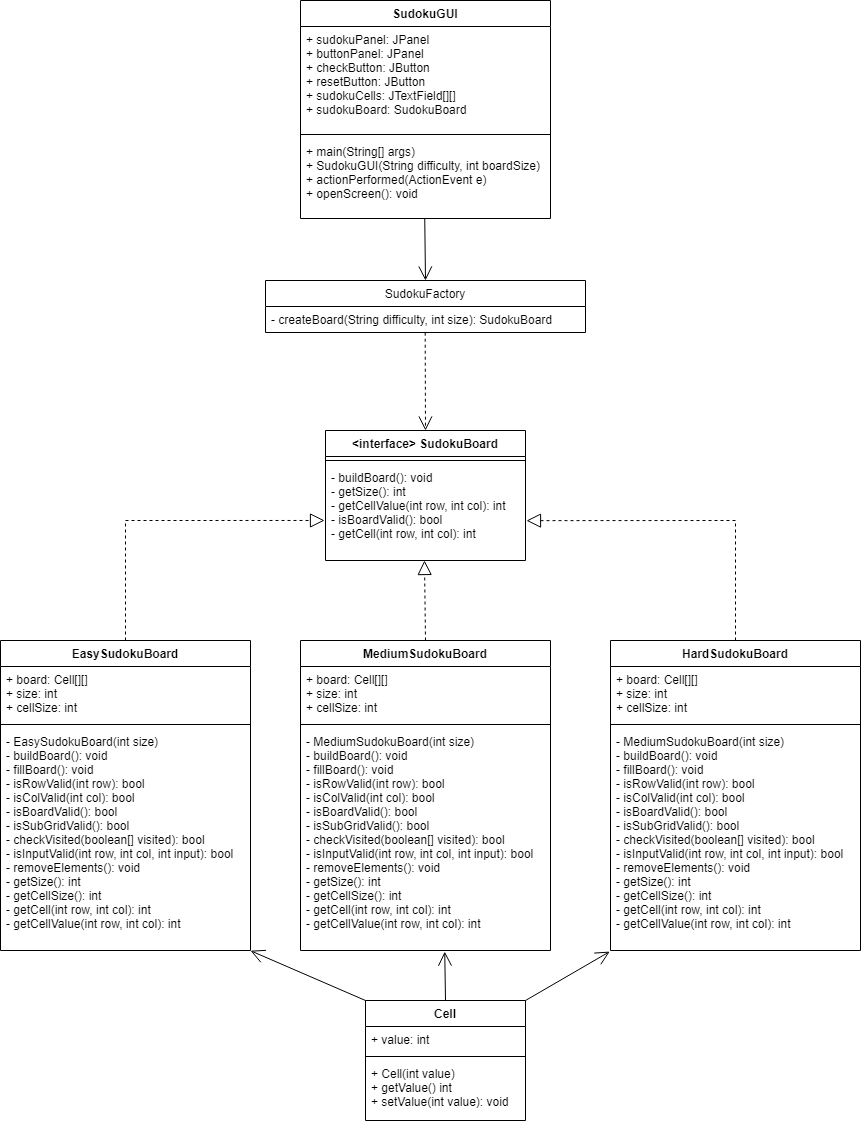
BrendanD7/Sudoku-DesignPatterns keeps this draw.io diagram as data/Factory-UML.png. Above is the earlier version. Source tidied: cells renumbered, new cells last; positions are measured from the earlier drawing's top-left corner, leaving out a move shared by most shapes.
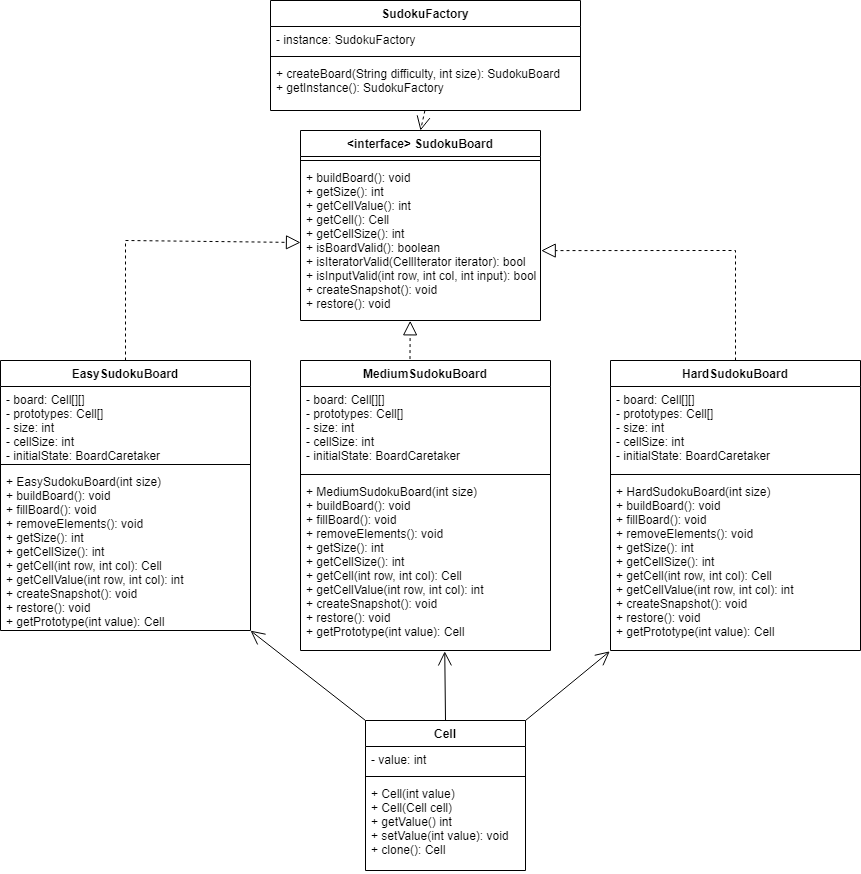
The same file after the commit.

What changed in the source:
```diff
@@ -3,111 +3,102 @@
     <mxCell id="0" />
     <mxCell id="1" parent="0" />
     <mxCell id="2" value="EasySudokuBoard" style="swimlane;fontStyle=1;align=center;verticalAlign=top;horizontal=1;startSize=26;" parent="1" vertex="1">
-      <mxGeometry y="640" width="250" height="310" as="geometry" />
+      <mxGeometry y="640" width="250" height="270" as="geometry" />
     </mxCell>
-    <mxCell id="3" value="+ board: Cell[][]&#10;+ size: int&#10;+ cellSize: int" style="text;strokeColor=none;fillColor=none;align=left;verticalAlign=top;spacingLeft=4;spacingRight=4;overflow=hidden;" parent="2" vertex="1">
-      <mxGeometry y="26" width="250" height="54" as="geometry" />
-    </mxCell>
-    <mxCell id="4" style="line;strokeWidth=1;fillColor=none;align=left;verticalAlign=middle;spacingTop=-1;spacingLeft=3;spacingRight=3;labelPosition=right;strokeColor=inherit;" parent="2" vertex="1">
-      <mxGeometry y="80" width="250" height="8" as="geometry" />
-    </mxCell>
-    <mxCell id="5" value="- EasySudokuBoard(int size)&#10;- buildBoard(): void&#10;- fillBoard(): void&#10;- isRowValid(int row): bool&#10;- isColValid(int col): bool&#10;- isBoardValid(): bool&#10;- isSubGridValid(): bool&#10;- checkVisited(boolean[] visited): bool&#10;- isInputValid(int row, int col, int input): bool&#10;- removeElements(): void&#10;- getSize(): int&#10;- getCellSize(): int&#10;- getCell(int row, int col): int&#10;- getCellValue(int row, int col): int&#10;" style="text;strokeColor=none;fillColor=none;align=left;verticalAlign=top;spacingLeft=4;spacingRight=4;overflow=hidden;points=[[0,0.5],[1,0.5]];portConstraint=eastwest;" parent="2" vertex="1">
-      <mxGeometry y="88" width="250" height="222" as="geometry" />
-    </mxCell>
+    <mxCell id="35" value="- board: Cell[][]&#10;- prototypes: Cell[]&#10;- size: int&#10;- cellSize: int&#10;- initialState: BoardCaretaker" style="text;strokeColor=none;fillColor=none;align=left;verticalAlign=top;spacingLeft=4;spacingRight=4;overflow=hidden;" parent="2" vertex="1">
+      <mxGeometry y="26" width="250" height="74" as="geometry" />
+    </mxCell>
+    <mxCell id="36" style="line;strokeWidth=1;fillColor=none;align=left;verticalAlign=middle;spacingTop=-1;spacingLeft=3;spacingRight=3;labelPosition=right;strokeColor=inherit;" parent="2" vertex="1">
+      <mxGeometry y="100" width="250" height="8" as="geometry" />
+    </mxCell>
+    <mxCell id="37" value="+ EasySudokuBoard(int size)&#10;+ buildBoard(): void&#10;+ fillBoard(): void&#10;+ removeElements(): void&#10;+ getSize(): int&#10;+ getCellSize(): int&#10;+ getCell(int row, int col): Cell&#10;+ getCellValue(int row, int col): int&#10;+ createSnapshot(): void&#10;+ restore(): void&#10;+ getPrototype(int value): Cell&#10;" style="text;strokeColor=none;fillColor=none;align=left;verticalAlign=top;spacingLeft=4;spacingRight=4;overflow=hidden;points=[[0,0.5],[1,0.5]];portConstraint=eastwest;" parent="2" vertex="1">
+      <mxGeometry y="108" width="250" height="162" as="geometry" />
+    </mxCell>
     <mxCell id="6" value="MediumSudokuBoard" style="swimlane;fontStyle=1;align=center;verticalAlign=top;horizontal=1;startSize=26;" parent="1" vertex="1">
-      <mxGeometry x="300" y="640" width="250" height="310" as="geometry" />
+      <mxGeometry x="300" y="640" width="250" height="290" as="geometry" />
     </mxCell>
-    <mxCell id="7" value="+ board: Cell[][]&#10;+ size: int&#10;+ cellSize: int" style="text;strokeColor=none;fillColor=none;align=left;verticalAlign=top;spacingLeft=4;spacingRight=4;overflow=hidden;" parent="6" vertex="1">
-      <mxGeometry y="26" width="250" height="54" as="geometry" />
-    </mxCell>
-    <mxCell id="8" style="line;strokeWidth=1;fillColor=none;align=left;verticalAlign=middle;spacingTop=-1;spacingLeft=3;spacingRight=3;labelPosition=right;strokeColor=inherit;" parent="6" vertex="1">
-      <mxGeometry y="80" width="250" height="8" as="geometry" />
-    </mxCell>
-    <mxCell id="9" value="- MediumSudokuBoard(int size)&#10;- buildBoard(): void&#10;- fillBoard(): void&#10;- isRowValid(int row): bool&#10;- isColValid(int col): bool&#10;- isBoardValid(): bool&#10;- isSubGridValid(): bool&#10;- checkVisited(boolean[] visited): bool&#10;- isInputValid(int row, int col, int input): bool&#10;- removeElements(): void&#10;- getSize(): int&#10;- getCellSize(): int&#10;- getCell(int row, int col): int&#10;- getCellValue(int row, int col): int&#10;" style="text;strokeColor=none;fillColor=none;align=left;verticalAlign=top;spacingLeft=4;spacingRight=4;overflow=hidden;points=[[0,0.5],[1,0.5]];portConstraint=eastwest;" parent="6" vertex="1">
-      <mxGeometry y="88" width="250" height="222" as="geometry" />
-    </mxCell>
+    <mxCell id="38" value="- board: Cell[][]&#10;- prototypes: Cell[]&#10;- size: int&#10;- cellSize: int&#10;- initialState: BoardCaretaker" style="text;strokeColor=none;fillColor=none;align=left;verticalAlign=top;spacingLeft=4;spacingRight=4;overflow=hidden;" parent="6" vertex="1">
+      <mxGeometry y="26" width="250" height="84" as="geometry" />
+    </mxCell>
+    <mxCell id="39" style="line;strokeWidth=1;fillColor=none;align=left;verticalAlign=middle;spacingTop=-1;spacingLeft=3;spacingRight=3;labelPosition=right;strokeColor=inherit;" parent="6" vertex="1">
+      <mxGeometry y="110" width="250" height="8" as="geometry" />
+    </mxCell>
+    <mxCell id="40" value="+ MediumSudokuBoard(int size)&#10;+ buildBoard(): void&#10;+ fillBoard(): void&#10;+ removeElements(): void&#10;+ getSize(): int&#10;+ getCellSize(): int&#10;+ getCell(int row, int col): Cell&#10;+ getCellValue(int row, int col): int&#10;+ createSnapshot(): void&#10;+ restore(): void&#10;+ getPrototype(int value): Cell&#10;" style="text;strokeColor=none;fillColor=none;align=left;verticalAlign=top;spacingLeft=4;spacingRight=4;overflow=hidden;points=[[0,0.5],[1,0.5]];portConstraint=eastwest;" parent="6" vertex="1">
+      <mxGeometry y="118" width="250" height="172" as="geometry" />
+    </mxCell>
     <mxCell id="10" value="HardSudokuBoard" style="swimlane;fontStyle=1;align=center;verticalAlign=top;horizontal=1;startSize=26;" parent="1" vertex="1">
-      <mxGeometry x="610" y="640" width="250" height="310" as="geometry" />
+      <mxGeometry x="610" y="640" width="250" height="290" as="geometry" />
     </mxCell>
-    <mxCell id="11" value="+ board: Cell[][]&#10;+ size: int&#10;+ cellSize: int" style="text;strokeColor=none;fillColor=none;align=left;verticalAlign=top;spacingLeft=4;spacingRight=4;overflow=hidden;" parent="10" vertex="1">
-      <mxGeometry y="26" width="250" height="54" as="geometry" />
-    </mxCell>
-    <mxCell id="12" style="line;strokeWidth=1;fillColor=none;align=left;verticalAlign=middle;spacingTop=-1;spacingLeft=3;spacingRight=3;labelPosition=right;strokeColor=inherit;" parent="10" vertex="1">
-      <mxGeometry y="80" width="250" height="8" as="geometry" />
-    </mxCell>
-    <mxCell id="13" value="- MediumSudokuBoard(int size)&#10;- buildBoard(): void&#10;- fillBoard(): void&#10;- isRowValid(int row): bool&#10;- isColValid(int col): bool&#10;- isBoardValid(): bool&#10;- isSubGridValid(): bool&#10;- checkVisited(boolean[] visited): bool&#10;- isInputValid(int row, int col, int input): bool&#10;- removeElements(): void&#10;- getSize(): int&#10;- getCellSize(): int&#10;- getCell(int row, int col): int&#10;- getCellValue(int row, int col): int&#10;" style="text;strokeColor=none;fillColor=none;align=left;verticalAlign=top;spacingLeft=4;spacingRight=4;overflow=hidden;points=[[0,0.5],[1,0.5]];portConstraint=eastwest;" parent="10" vertex="1">
-      <mxGeometry y="88" width="250" height="222" as="geometry" />
-    </mxCell>
+    <mxCell id="41" value="- board: Cell[][]&#10;- prototypes: Cell[]&#10;- size: int&#10;- cellSize: int&#10;- initialState: BoardCaretaker" style="text;strokeColor=none;fillColor=none;align=left;verticalAlign=top;spacingLeft=4;spacingRight=4;overflow=hidden;" parent="10" vertex="1">
+      <mxGeometry y="26" width="250" height="84" as="geometry" />
+    </mxCell>
+    <mxCell id="42" style="line;strokeWidth=1;fillColor=none;align=left;verticalAlign=middle;spacingTop=-1;spacingLeft=3;spacingRight=3;labelPosition=right;strokeColor=inherit;" parent="10" vertex="1">
+      <mxGeometry y="110" width="250" height="8" as="geometry" />
+    </mxCell>
+    <mxCell id="43" value="+ HardSudokuBoard(int size)&#10;+ buildBoard(): void&#10;+ fillBoard(): void&#10;+ removeElements(): void&#10;+ getSize(): int&#10;+ getCellSize(): int&#10;+ getCell(int row, int col): Cell&#10;+ getCellValue(int row, int col): int&#10;+ createSnapshot(): void&#10;+ restore(): void&#10;+ getPrototype(int value): Cell&#10;" style="text;strokeColor=none;fillColor=none;align=left;verticalAlign=top;spacingLeft=4;spacingRight=4;overflow=hidden;points=[[0,0.5],[1,0.5]];portConstraint=eastwest;" parent="10" vertex="1">
+      <mxGeometry y="118" width="250" height="172" as="geometry" />
+    </mxCell>
     <mxCell id="14" value="&lt;interface&gt; SudokuBoard" style="swimlane;fontStyle=1;align=center;verticalAlign=top;horizontal=1;startSize=26;" parent="1" vertex="1">
-      <mxGeometry x="325" y="430" width="200" height="130" as="geometry" />
+      <mxGeometry x="300" y="410" width="240" height="190" as="geometry" />
     </mxCell>
-    <mxCell id="15" style="line;strokeWidth=1;fillColor=none;align=left;verticalAlign=middle;spacingTop=-1;spacingLeft=3;spacingRight=3;labelPosition=right;strokeColor=inherit;" parent="14" vertex="1">
-      <mxGeometry y="26" width="200" height="8" as="geometry" />
-    </mxCell>
-    <mxCell id="16" value="- buildBoard(): void&#10;- getSize(): int&#10;- getCellValue(int row, int col): int&#10;- isBoardValid(): bool&#10;- getCell(int row, int col): int" style="text;strokeColor=none;fillColor=none;align=left;verticalAlign=top;spacingLeft=4;spacingRight=4;overflow=hidden;points=[[0,0.5],[1,0.5]];portConstraint=eastwest;" parent="14" vertex="1">
-      <mxGeometry y="34" width="200" height="96" as="geometry" />
-    </mxCell>
+    <mxCell id="44" style="line;strokeWidth=1;fillColor=none;align=left;verticalAlign=middle;spacingTop=-1;spacingLeft=3;spacingRight=3;labelPosition=right;strokeColor=inherit;" parent="14" vertex="1">
+      <mxGeometry y="26" width="240" height="8" as="geometry" />
+    </mxCell>
+    <mxCell id="45" value="+ buildBoard(): void&#10;+ getSize(): int&#10;+ getCellValue(): int&#10;+ getCell(): Cell&#10;+ getCellSize(): int&#10;+ isBoardValid(): boolean&#10;+ isIteratorValid(CellIterator iterator): bool&#10;+ isInputValid(int row, int col, int input): bool&#10;+ createSnapshot(): void&#10;+ restore(): void " style="text;strokeColor=none;fillColor=none;align=left;verticalAlign=top;spacingLeft=4;spacingRight=4;overflow=hidden;points=[[0,0.5],[1,0.5]];portConstraint=eastwest;" parent="14" vertex="1">
+      <mxGeometry y="34" width="240" height="156" as="geometry" />
+    </mxCell>
+    <mxCell id="18" value="Cell" style="swimlane;fontStyle=1;align=center;verticalAlign=top;horizontal=1;startSize=26;" parent="1" vertex="1">
+      <mxGeometry x="365" y="1000" width="160" height="150" as="geometry" />
+    </mxCell>
+    <mxCell id="46" value="- value: int" style="text;strokeColor=none;fillColor=none;align=left;verticalAlign=top;spacingLeft=4;spacingRight=4;overflow=hidden;" parent="18" vertex="1">
+      <mxGeometry y="26" width="160" height="26" as="geometry" />
+    </mxCell>
+    <mxCell id="20" style="line;strokeWidth=1;fillColor=none;align=left;verticalAlign=middle;spacingTop=-1;spacingLeft=3;spacingRight=3;labelPosition=right;strokeColor=inherit;" parent="18" vertex="1">
+      <mxGeometry y="52" width="160" height="8" as="geometry" />
+    </mxCell>
+    <mxCell id="47" value="+ Cell(int value)&#10;+ Cell(Cell cell)&#10;+ getValue() int&#10;+ setValue(int value): void&#10;+ clone(): Cell" style="text;strokeColor=none;fillColor=none;align=left;verticalAlign=top;spacingLeft=4;spacingRight=4;overflow=hidden;" parent="18" vertex="1">
+      <mxGeometry y="60" width="160" height="90" as="geometry" />
+    </mxCell>
+    <mxCell id="48" style="endArrow=block;dashed=1;endFill=0;endSize=12;html=1;rounded=0;exitX=0.438;exitY=-0.005;exitDx=0;exitDy=0;exitPerimeter=0;entryX=0.457;entryY=1.002;entryDx=0;entryDy=0;entryPerimeter=0;" parent="1" edge="1" source="6" target="45">
+      <mxGeometry relative="1" as="geometry" />
+    </mxCell>
+    <mxCell id="49" style="endArrow=block;dashed=1;endFill=0;endSize=12;html=1;rounded=0;exitX=0.5;exitY=0;exitDx=0;exitDy=0;entryX=1.003;entryY=0.552;entryDx=0;entryDy=0;entryPerimeter=0;" parent="1" edge="1" source="10" target="45">
+      <mxGeometry relative="1" as="geometry">
+        <Array as="points">
+          <mxPoint x="735" y="530" />
+        </Array>
+      </mxGeometry>
+    </mxCell>
+    <mxCell id="50" style="endArrow=block;dashed=1;endFill=0;endSize=12;html=1;rounded=0;entryX=0;entryY=0.5;entryDx=0;entryDy=0;exitX=0.5;exitY=0;exitDx=0;exitDy=0;" parent="1" edge="1" source="2" target="45">
+      <mxGeometry relative="1" as="geometry">
+        <Array as="points">
+          <mxPoint x="125" y="520" />
+        </Array>
+      </mxGeometry>
+    </mxCell>
+    <mxCell id="51" style="endArrow=open;endSize=12;dashed=1;html=1;rounded=0;exitX=0.498;exitY=1.003;exitDx=0;exitDy=0;exitPerimeter=0;entryX=0.5;entryY=0;entryDx=0;entryDy=0;" parent="1" edge="1" source="57" target="14">
+      <mxGeometry relative="1" as="geometry" />
+    </mxCell>
+    <mxCell id="52" style="endArrow=open;endFill=1;endSize=12;html=1;rounded=0;exitX=0;exitY=0;exitDx=0;exitDy=0;entryX=1;entryY=1.001;entryDx=0;entryDy=0;entryPerimeter=0;" parent="1" edge="1" source="18" target="37">
+      <mxGeometry relative="1" as="geometry" />
+    </mxCell>
+    <mxCell id="53" style="endArrow=open;endFill=1;endSize=12;html=1;rounded=0;exitX=0.5;exitY=0;exitDx=0;exitDy=0;entryX=0.577;entryY=1.005;entryDx=0;entryDy=0;entryPerimeter=0;" parent="1" edge="1" source="18" target="40">
+      <mxGeometry relative="1" as="geometry" />
+    </mxCell>
+    <mxCell id="54" style="endArrow=open;endFill=1;endSize=12;html=1;rounded=0;exitX=1;exitY=0;exitDx=0;exitDy=0;entryX=-0.003;entryY=1.005;entryDx=0;entryDy=0;entryPerimeter=0;" parent="1" edge="1" source="18" target="43">
+      <mxGeometry relative="1" as="geometry" />
+    </mxCell>
-    <mxCell id="17" value="SudokuFactory" style="swimlane;fontStyle=0;horizontal=1;startSize=26;fillColor=none;" parent="1" vertex="1">
-      <mxGeometry x="265" y="280" width="320" height="52" as="geometry" />
+    <mxCell id="17" value="SudokuFactory" style="swimlane;fontStyle=1;align=center;verticalAlign=top;horizontal=1;startSize=26;" parent="1" vertex="1">
+      <mxGeometry x="270" y="280" width="310" height="110" as="geometry" />
     </mxCell>
-    <mxCell id="18" value="Cell" style="swimlane;fontStyle=1;align=center;verticalAlign=top;horizontal=1;startSize=26;" parent="1" vertex="1">
-      <mxGeometry x="365" y="1000" width="160" height="120" as="geometry" />
-    </mxCell>
-    <mxCell id="19" value="+ value: int" style="text;strokeColor=none;fillColor=none;align=left;verticalAlign=top;spacingLeft=4;spacingRight=4;overflow=hidden;" parent="18" vertex="1">
-      <mxGeometry y="26" width="160" height="26" as="geometry" />
-    </mxCell>
-    <mxCell id="20" style="line;strokeWidth=1;fillColor=none;align=left;verticalAlign=middle;spacingTop=-1;spacingLeft=3;spacingRight=3;labelPosition=right;strokeColor=inherit;" parent="18" vertex="1">
-      <mxGeometry y="52" width="160" height="8" as="geometry" />
-    </mxCell>
-    <mxCell id="21" value="+ Cell(int value)&#10;+ getValue() int&#10;+ setValue(int value): void" style="text;strokeColor=none;fillColor=none;align=left;verticalAlign=top;spacingLeft=4;spacingRight=4;overflow=hidden;" parent="18" vertex="1">
-      <mxGeometry y="60" width="160" height="60" as="geometry" />
-    </mxCell>
-    <mxCell id="22" value="SudokuGUI" style="swimlane;fontStyle=1;align=center;verticalAlign=top;horizontal=1;startSize=26;" parent="1" vertex="1">
-      <mxGeometry x="300" width="250" height="218" as="geometry" />
-    </mxCell>
-    <mxCell id="23" value="+ sudokuPanel: JPanel&#10;+ buttonPanel: JPanel&#10;+ checkButton: JButton&#10;+ resetButton: JButton&#10;+ sudokuCells: JTextField[][]&#10;+ sudokuBoard: SudokuBoard" style="text;strokeColor=none;fillColor=none;align=left;verticalAlign=top;spacingLeft=4;spacingRight=4;overflow=hidden;" parent="22" vertex="1">
-      <mxGeometry y="26" width="250" height="104" as="geometry" />
-    </mxCell>
-    <mxCell id="24" style="line;strokeWidth=1;fillColor=none;align=left;verticalAlign=middle;spacingTop=-1;spacingLeft=3;spacingRight=3;labelPosition=right;strokeColor=inherit;" parent="22" vertex="1">
-      <mxGeometry y="130" width="250" height="8" as="geometry" />
-    </mxCell>
-    <mxCell id="25" value="+ main(String[] args)&#10;+ SudokuGUI(String difficulty, int boardSize)&#10;+ actionPerformed(ActionEvent e)&#10;+ openScreen(): void" style="text;strokeColor=none;fillColor=none;align=left;verticalAlign=top;spacingLeft=4;spacingRight=4;overflow=hidden;points=[[0,0.5],[1,0.5]];portConstraint=eastwest;" parent="22" vertex="1">
-      <mxGeometry y="138" width="250" height="80" as="geometry" />
-    </mxCell>
-    <mxCell id="26" style="endArrow=block;dashed=1;endFill=0;endSize=12;html=1;rounded=0;entryX=0.495;entryY=1;entryDx=0;entryDy=0;entryPerimeter=0;exitX=0.5;exitY=0;exitDx=0;exitDy=0;" parent="1" edge="1" source="6" target="16">
-      <mxGeometry relative="1" as="geometry" />
-    </mxCell>
-    <mxCell id="27" style="endArrow=block;dashed=1;endFill=0;endSize=12;html=1;rounded=0;exitX=0.5;exitY=0;exitDx=0;exitDy=0;entryX=1.005;entryY=0.585;entryDx=0;entryDy=0;entryPerimeter=0;" parent="1" edge="1" source="10" target="16">
-      <mxGeometry relative="1" as="geometry">
-        <Array as="points">
-          <mxPoint x="735" y="520" />
-        </Array>
-      </mxGeometry>
-    </mxCell>
-    <mxCell id="28" style="endArrow=block;dashed=1;endFill=0;endSize=12;html=1;rounded=0;entryX=-0.005;entryY=0.583;entryDx=0;entryDy=0;exitX=0.5;exitY=0;exitDx=0;exitDy=0;entryPerimeter=0;" parent="1" edge="1" source="2" target="16">
-      <mxGeometry relative="1" as="geometry">
-        <Array as="points">
-          <mxPoint x="125" y="520" />
-        </Array>
-      </mxGeometry>
-    </mxCell>
-    <mxCell id="29" style="endArrow=open;endSize=12;dashed=1;html=1;rounded=0;exitX=0.499;exitY=1.008;exitDx=0;exitDy=0;exitPerimeter=0;entryX=0.5;entryY=0;entryDx=0;entryDy=0;" parent="1" edge="1" source="30" target="14">
-      <mxGeometry relative="1" as="geometry" />
-    </mxCell>
-    <mxCell id="30" value="- createBoard(String difficulty, int size): SudokuBoard&#10; " style="text;strokeColor=none;fillColor=none;align=left;verticalAlign=top;spacingLeft=4;spacingRight=4;overflow=hidden;points=[[0,0.5],[1,0.5]];portConstraint=eastwest;" parent="1" vertex="1">
-      <mxGeometry x="265" y="306" width="320" height="26" as="geometry" />
-    </mxCell>
-    <mxCell id="31" style="endArrow=open;endFill=1;endSize=12;html=1;rounded=0;exitX=0.497;exitY=1.003;exitDx=0;exitDy=0;exitPerimeter=0;entryX=0.5;entryY=0;entryDx=0;entryDy=0;" parent="1" edge="1" source="25" target="17">
-      <mxGeometry relative="1" as="geometry" />
-    </mxCell>
-    <mxCell id="32" style="endArrow=open;endFill=1;endSize=12;html=1;rounded=0;exitX=0;exitY=0;exitDx=0;exitDy=0;entryX=1;entryY=1.001;entryDx=0;entryDy=0;entryPerimeter=0;" parent="1" edge="1" source="18" target="5">
-      <mxGeometry relative="1" as="geometry" />
-    </mxCell>
-    <mxCell id="33" style="endArrow=open;endFill=1;endSize=12;html=1;rounded=0;exitX=0.5;exitY=0;exitDx=0;exitDy=0;entryX=0.577;entryY=1.005;entryDx=0;entryDy=0;entryPerimeter=0;" parent="1" edge="1" source="18" target="9">
-      <mxGeometry relative="1" as="geometry" />
-    </mxCell>
-    <mxCell id="34" style="endArrow=open;endFill=1;endSize=12;html=1;rounded=0;exitX=1;exitY=0;exitDx=0;exitDy=0;entryX=-0.003;entryY=1.005;entryDx=0;entryDy=0;entryPerimeter=0;" parent="1" edge="1" source="18" target="13">
-      <mxGeometry relative="1" as="geometry" />
-    </mxCell>
+    <mxCell id="55" value="- instance: SudokuFactory" style="text;strokeColor=none;fillColor=none;align=left;verticalAlign=top;spacingLeft=4;spacingRight=4;overflow=hidden;" parent="17" vertex="1">
+      <mxGeometry y="26" width="310" height="26" as="geometry" />
+    </mxCell>
+    <mxCell id="56" style="line;strokeWidth=1;fillColor=none;align=left;verticalAlign=middle;spacingTop=-1;spacingLeft=3;spacingRight=3;labelPosition=right;strokeColor=inherit;" parent="17" vertex="1">
+      <mxGeometry y="52" width="310" height="8" as="geometry" />
+    </mxCell>
+    <mxCell id="57" value="+ createBoard(String difficulty, int size): SudokuBoard&#10;+ getInstance(): SudokuFactory&#10;" style="text;strokeColor=none;fillColor=none;align=left;verticalAlign=top;spacingLeft=4;spacingRight=4;overflow=hidden;points=[[0,0.5],[1,0.5]];portConstraint=eastwest;" parent="17" vertex="1">
+      <mxGeometry y="60" width="310" height="50" as="geometry" />
+    </mxCell>
   </root>
 </mxGraphModel>
```
